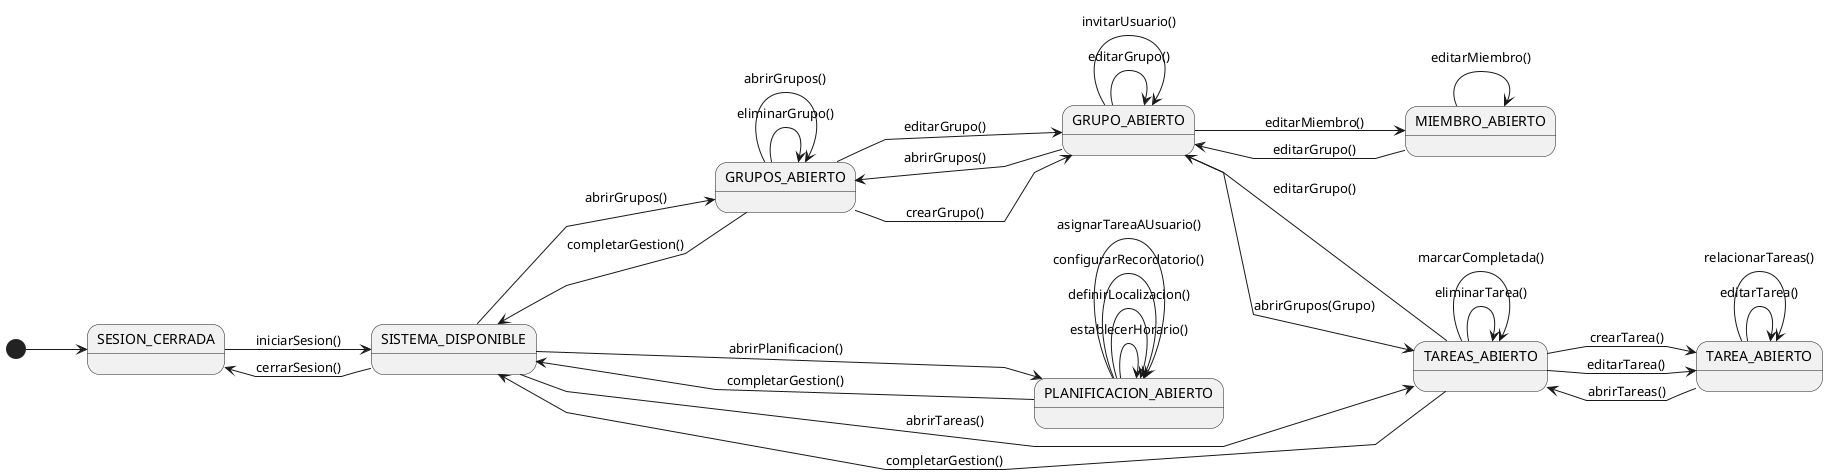
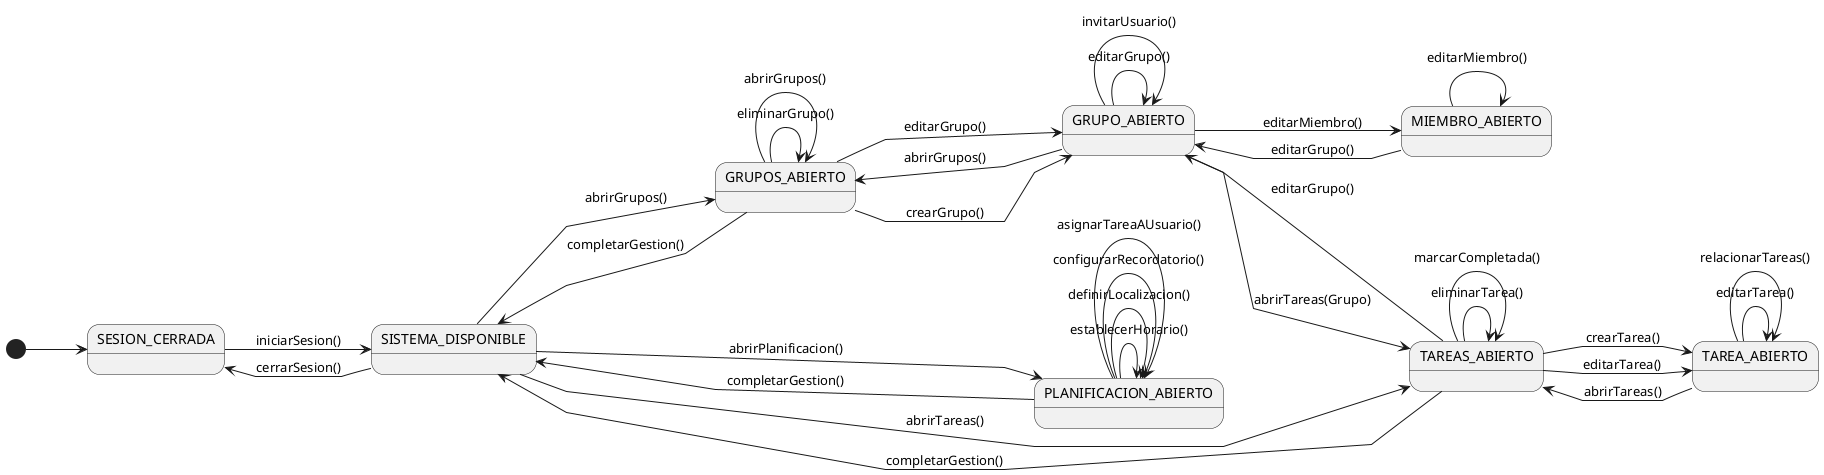
@startuml DiagramaContextoAdmin
left to right direction
skinparam linetype polyline

state "SESION_CERRADA" as NoAuth
state "SISTEMA_DISPONIBLE" as Menu

state "PLANIFICACION_ABIERTO" as Planificacion

state "TAREAS_ABIERTO" as ListProgramas
state "TAREA_ABIERTO" as EditPrograma

state "GRUPOS_ABIERTO" as ListGrupos
state "GRUPO_ABIERTO" as EditGrupo

state "MIEMBRO_ABIERTO" as EditMiembro

[*] --> NoAuth

NoAuth --> Menu : iniciarSesion()

Menu --> NoAuth : cerrarSesion()
Menu --> ListProgramas: abrirTareas()
Menu --> ListGrupos: abrirGrupos()
Menu ---> Planificacion: abrirPlanificacion()

Planificacion --> Planificacion: establecerHorario()
Planificacion --> Planificacion: definirLocalizacion()
Planificacion --> Planificacion: configurarRecordatorio()
Planificacion --> Planificacion: asignarTareaAUsuario()

ListProgramas --> EditPrograma: crearTarea()
ListProgramas --> EditPrograma: editarTarea()
ListProgramas --> ListProgramas: eliminarTarea()
ListProgramas --> ListProgramas: marcarCompletada()
ListProgramas --> EditGrupo: editarGrupo()

EditPrograma --> EditPrograma: editarTarea()
EditPrograma --> ListProgramas: abrirTareas()
EditPrograma --> EditPrograma: relacionarTareas()

ListGrupos --> EditGrupo: crearGrupo()
ListGrupos --> EditGrupo: editarGrupo()
ListGrupos --> ListGrupos: eliminarGrupo()
ListGrupos --> ListGrupos: abrirGrupos()

- EditGrupo --> ListProgramas: abrirGrupos(Grupo)
+ EditGrupo --> ListProgramas: abrirTareas(Grupo)
EditGrupo --> ListGrupos: abrirGrupos()
EditGrupo --> EditGrupo: editarGrupo()
EditGrupo --> EditGrupo: invitarUsuario()
EditGrupo --> EditMiembro: editarMiembro()

EditMiembro --> EditGrupo: editarGrupo()
EditMiembro --> EditMiembro: editarMiembro()

ListProgramas --> Menu: completarGestion()
ListGrupos --> Menu: completarGestion()
Planificacion --> Menu: completarGestion()
@enduml